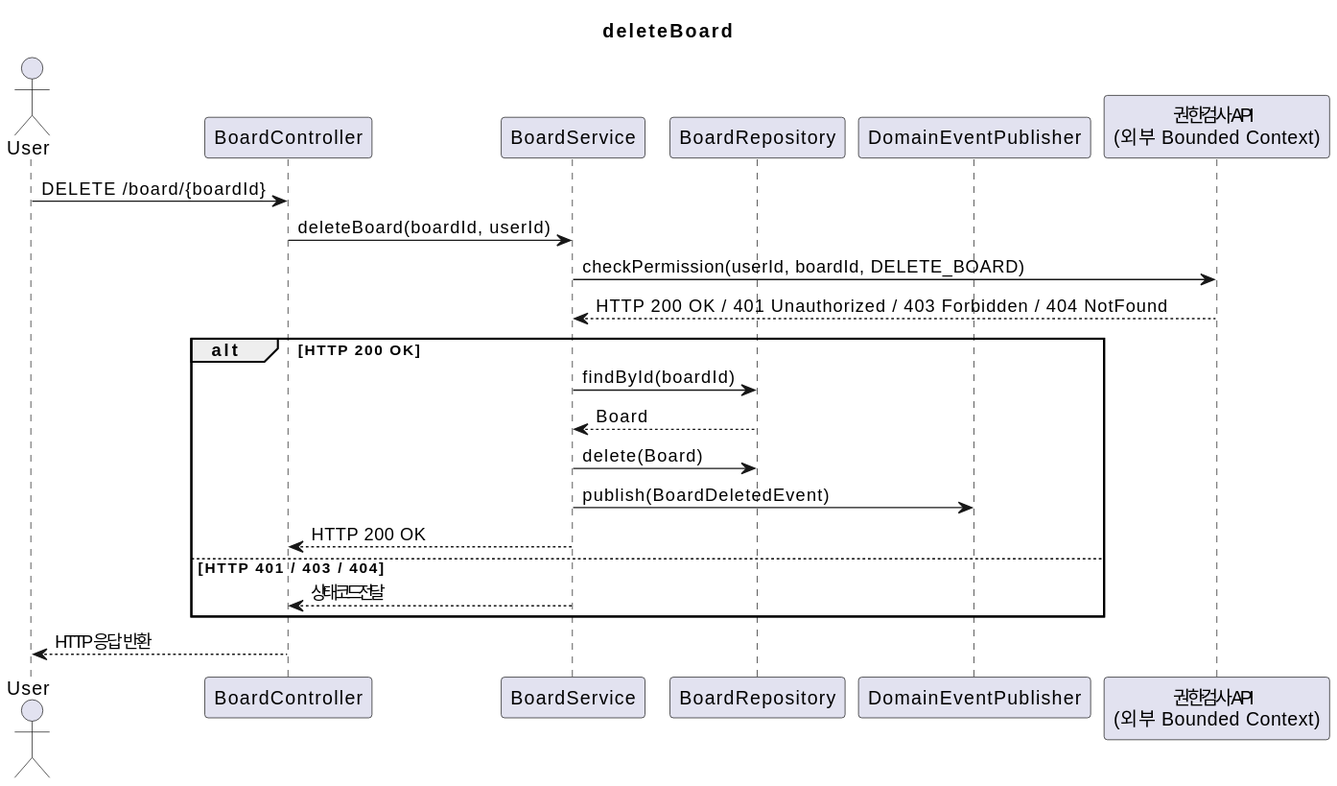
Before: document/puml/event/externalAPI/boardContext/boardAggregate/deleteBoard.svg, a diagram exported from PlantUML (SimpleBoardTeam/server-hyunchang).
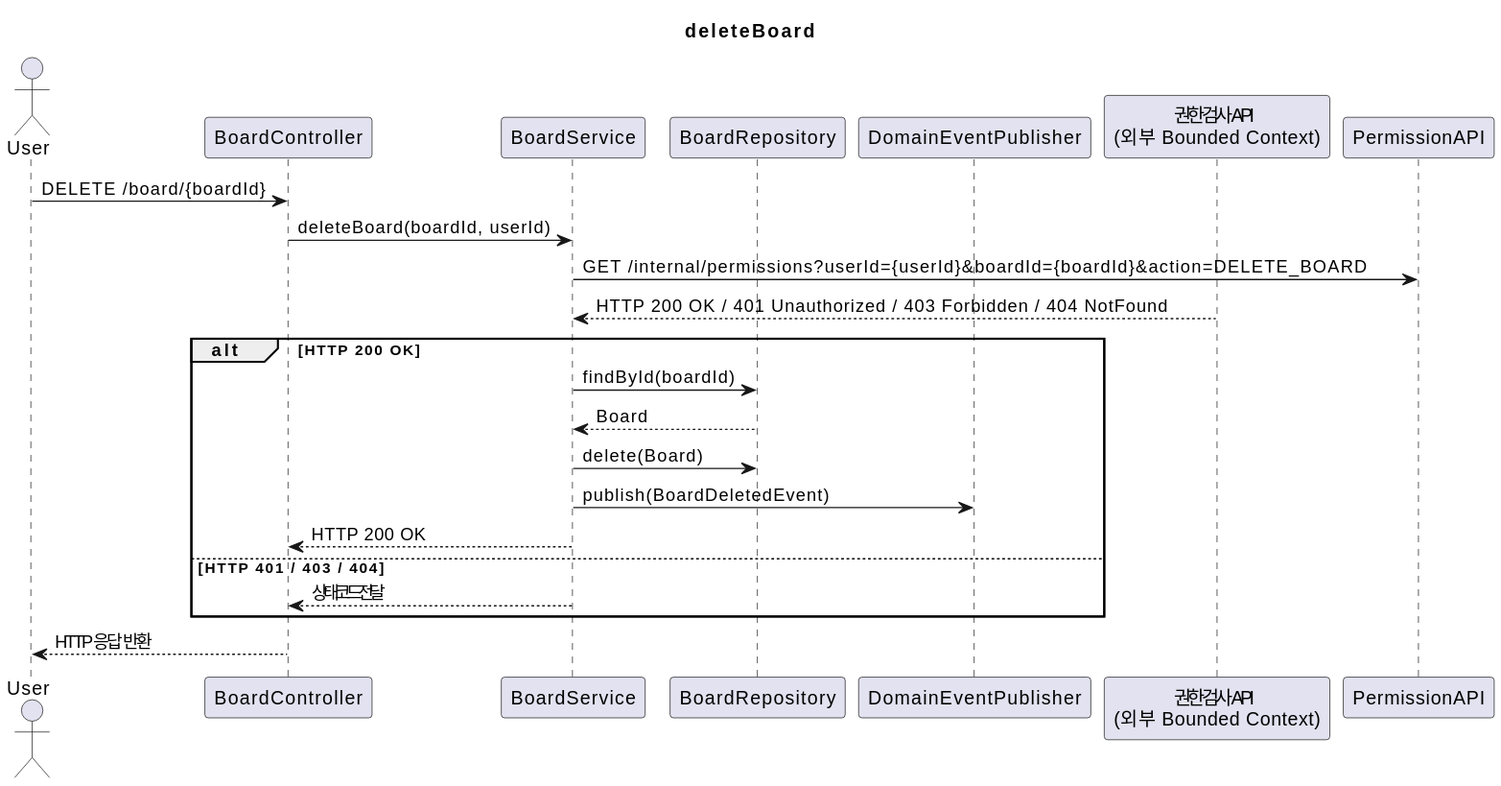
After the change.

Commit message:
chore(diagram): auto-generate SVGs

Diff of the diagram source:
```diff
@@ -12,7 +12,7 @@
 User -> BoardController : DELETE /board/{boardId}
 BoardController -> BoardService : deleteBoard(boardId, userId)
 
-BoardService -> PermissionContextAPI : checkPermission(userId, boardId, DELETE_BOARD)
+BoardService -> PermissionAPI : GET /internal/permissions?userId={userId}&boardId={boardId}&action=DELETE_BOARD
 PermissionContextAPI --> BoardService : HTTP 200 OK / 401 Unauthorized / 403 Forbidden / 404 NotFound
 
 alt HTTP 200 OK
```
